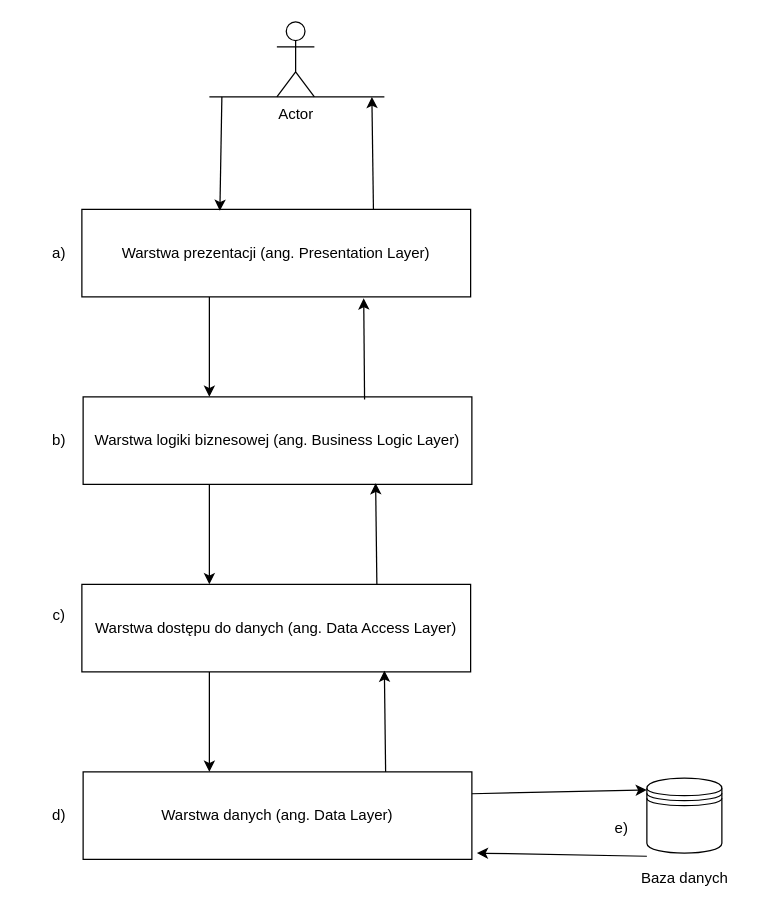
Before: Dyplom/rys03/diagram_architektury_warstwowej.drawio in Golec5000/HarmonyHomeNet, a draw.io diagram. Source tidied: cells renumbered, new cells numbered last; positions are measured from the earlier drawing's top-left corner, leaving out a move shared by most shapes. Both pictures are drawn from the tidied source at 125%, with x=0, y=0 at pixel (21, 21).
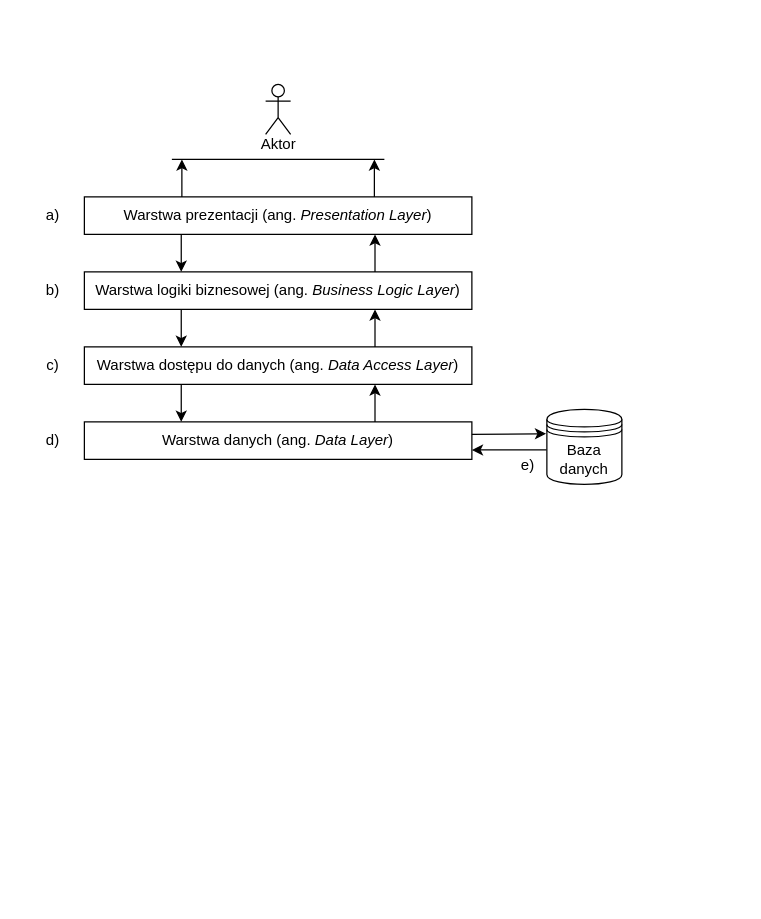
After the change.

The edit, as a diff of the source:
```diff
@@
-    <mxCell id="2" value="Warstwa prezentacji (ang. Presentation Layer)" style="rounded=0;whiteSpace=wrap;html=1;" parent="1" vertex="1">
-      <mxGeometry x="48" y="150" width="311" height="70" as="geometry" />
+    <mxCell id="2" value="Warstwa prezentacji (ang. &lt;i&gt;Presentation Layer&lt;/i&gt;)" style="rounded=0;whiteSpace=wrap;html=1;" parent="1" vertex="1">
+      <mxGeometry x="50" y="140" width="310" height="30" as="geometry" />
     </mxCell>
-    <mxCell id="3" value="Warstwa logiki biznesowej (ang. Business Logic Layer)" style="rounded=0;whiteSpace=wrap;html=1;" parent="1" vertex="1">
-      <mxGeometry x="49" y="300" width="311" height="70" as="geometry" />
+    <mxCell id="3" value="Warstwa logiki biznesowej (ang. &lt;i&gt;Business Logic Layer&lt;/i&gt;)" style="rounded=0;whiteSpace=wrap;html=1;" parent="1" vertex="1">
+      <mxGeometry x="50" y="200" width="310" height="30" as="geometry" />
     </mxCell>
-    <mxCell id="4" value="Warstwa dostępu do danych (ang. Data Access Layer)" style="rounded=0;whiteSpace=wrap;html=1;" parent="1" vertex="1">
-      <mxGeometry x="48" y="450" width="311" height="70" as="geometry" />
+    <mxCell id="4" value="Warstwa dostępu do danych (ang. &lt;i&gt;Data Access Layer&lt;/i&gt;)" style="rounded=0;whiteSpace=wrap;html=1;" parent="1" vertex="1">
+      <mxGeometry x="50" y="260" width="310" height="30" as="geometry" />
     </mxCell>
-    <mxCell id="5" value="Warstwa danych (ang. Data Layer)" style="rounded=0;whiteSpace=wrap;html=1;" parent="1" vertex="1">
-      <mxGeometry x="49" y="600" width="311" height="70" as="geometry" />
+    <mxCell id="5" value="Warstwa danych (ang. &lt;i&gt;Data Layer&lt;/i&gt;)" style="rounded=0;whiteSpace=wrap;html=1;" parent="1" vertex="1">
+      <mxGeometry x="50" y="320" width="310" height="30" as="geometry" />
     </mxCell>
-    <mxCell id="6" value="Actor" style="shape=umlActor;verticalLabelPosition=bottom;verticalAlign=top;html=1;" parent="1" vertex="1">
-      <mxGeometry x="204" width="30" height="60" as="geometry" />
+    <mxCell id="6" value="Aktor" style="shape=umlActor;verticalLabelPosition=bottom;verticalAlign=top;html=1;movableLabel=1;" parent="1" vertex="1">
+      <mxGeometry x="195" y="50" width="20" height="40" as="geometry">
+        <mxPoint y="-6" as="offset" />
+      </mxGeometry>
     </mxCell>
-    <mxCell id="7" style="shape=datastore;whiteSpace=wrap;html=1;" parent="1" vertex="1">
-      <mxGeometry x="500" y="605" width="60" height="60" as="geometry" />
-    </mxCell>
-    <mxCell id="8" style="endArrow=classic;html=1;rounded=0;entryX=0.355;entryY=0.017;entryDx=0;entryDy=0;entryPerimeter=0;" parent="1" edge="1" target="2">
-      <mxGeometry relative="1" as="geometry">
-        <mxPoint x="160" y="60" as="sourcePoint" />
-      </mxGeometry>
-    </mxCell>
-    <mxCell id="9" style="endArrow=classic;html=1;rounded=0;exitX=0.75;exitY=0;exitDx=0;exitDy=0;" parent="1" edge="1" source="2">
-      <mxGeometry relative="1" as="geometry">
-        <mxPoint x="280" y="60" as="targetPoint" />
-      </mxGeometry>
-    </mxCell>
     <mxCell id="10" style="endArrow=none;html=1;rounded=0;" parent="1" edge="1">
       <mxGeometry relative="1" as="geometry">
-        <mxPoint x="150" y="60" as="sourcePoint" />
-        <mxPoint x="290" y="60" as="targetPoint" />
+        <mxPoint x="120" y="110" as="sourcePoint" />
+        <mxPoint x="290" y="110" as="targetPoint" />
       </mxGeometry>
     </mxCell>
-    <mxCell id="11" style="endArrow=classic;html=1;rounded=0;entryX=0.355;entryY=0.017;entryDx=0;entryDy=0;entryPerimeter=0;" parent="1" edge="1">
-      <mxGeometry relative="1" as="geometry">
-        <mxPoint x="150" y="220" as="sourcePoint" />
-        <mxPoint x="150" y="300" as="targetPoint" />
-      </mxGeometry>
+    <mxCell id="11" style="endArrow=classic;html=1;rounded=0;entryX=0.25;entryY=0;entryDx=0;entryDy=0;exitX=0.25;exitY=1;exitDx=0;exitDy=0;" parent="1" edge="1" source="2" target="3">
+      <mxGeometry relative="1" as="geometry" />
     </mxCell>
-    <mxCell id="12" style="endArrow=classic;html=1;rounded=0;entryX=0.355;entryY=0.017;entryDx=0;entryDy=0;entryPerimeter=0;" parent="1" edge="1">
-      <mxGeometry relative="1" as="geometry">
-        <mxPoint x="150" y="370" as="sourcePoint" />
-        <mxPoint x="150" y="450" as="targetPoint" />
-      </mxGeometry>
+    <mxCell id="12" style="endArrow=classic;html=1;rounded=0;entryX=0.25;entryY=0;entryDx=0;entryDy=0;exitX=0.25;exitY=1;exitDx=0;exitDy=0;" parent="1" edge="1" source="3" target="4">
+      <mxGeometry relative="1" as="geometry" />
     </mxCell>
-    <mxCell id="13" style="endArrow=classic;html=1;rounded=0;entryX=0.355;entryY=0.017;entryDx=0;entryDy=0;entryPerimeter=0;" parent="1" edge="1">
-      <mxGeometry relative="1" as="geometry">
-        <mxPoint x="150" y="520" as="sourcePoint" />
-        <mxPoint x="150" y="600" as="targetPoint" />
-      </mxGeometry>
+    <mxCell id="13" style="endArrow=classic;html=1;rounded=0;exitX=0.25;exitY=1;exitDx=0;exitDy=0;entryX=0.25;entryY=0;entryDx=0;entryDy=0;" parent="1" edge="1" source="4" target="5">
+      <mxGeometry relative="1" as="geometry" />
     </mxCell>
-    <mxCell id="14" style="endArrow=classic;html=1;rounded=0;entryX=0.725;entryY=1.017;entryDx=0;entryDy=0;exitX=0.724;exitY=0.029;exitDx=0;exitDy=0;exitPerimeter=0;entryPerimeter=0;" parent="1" edge="1" source="3" target="2">
+    <mxCell id="14" style="endArrow=classic;html=1;rounded=0;entryX=0.75;entryY=1;entryDx=0;entryDy=0;exitX=0.75;exitY=0;exitDx=0;exitDy=0;" parent="1" edge="1" source="3" target="2">
       <mxGeometry relative="1" as="geometry" />
     </mxCell>
-    <mxCell id="15" style="endArrow=classic;html=1;rounded=0;entryX=0.725;entryY=1.017;entryDx=0;entryDy=0;exitX=0.724;exitY=0.029;exitDx=0;exitDy=0;exitPerimeter=0;entryPerimeter=0;" parent="1" edge="1">
-      <mxGeometry relative="1" as="geometry">
-        <mxPoint x="284" y="450" as="sourcePoint" />
-        <mxPoint x="283" y="369" as="targetPoint" />
-      </mxGeometry>
+    <mxCell id="15" style="endArrow=classic;html=1;rounded=0;entryX=0.75;entryY=1;entryDx=0;entryDy=0;exitX=0.75;exitY=0;exitDx=0;exitDy=0;" parent="1" edge="1" source="4" target="3">
+      <mxGeometry relative="1" as="geometry" />
     </mxCell>
-    <mxCell id="16" style="endArrow=classic;html=1;rounded=0;entryX=0.725;entryY=1.017;entryDx=0;entryDy=0;exitX=0.724;exitY=0.029;exitDx=0;exitDy=0;exitPerimeter=0;entryPerimeter=0;" parent="1" edge="1">
-      <mxGeometry relative="1" as="geometry">
-        <mxPoint x="291" y="600" as="sourcePoint" />
-        <mxPoint x="290" y="519" as="targetPoint" />
-      </mxGeometry>
+    <mxCell id="16" style="endArrow=classic;html=1;rounded=0;entryX=0.75;entryY=1;entryDx=0;entryDy=0;exitX=0.75;exitY=0;exitDx=0;exitDy=0;" parent="1" edge="1" source="5" target="4">
+      <mxGeometry relative="1" as="geometry" />
     </mxCell>
-    <mxCell id="17" style="endArrow=classic;html=1;rounded=0;exitX=1;exitY=0.25;exitDx=0;exitDy=0;entryX=0;entryY=0.158;entryDx=0;entryDy=0;entryPerimeter=0;" parent="1" edge="1" source="5" target="7">
-      <mxGeometry relative="1" as="geometry" />
+    <mxCell id="17" style="endArrow=classic;html=1;rounded=0;entryX=-0.01;entryY=0.325;entryDx=0;entryDy=0;entryPerimeter=0;" parent="1" edge="1" target="19">
+      <mxGeometry relative="1" as="geometry">
+        <mxPoint x="360" y="330" as="sourcePoint" />
+      </mxGeometry>
     </mxCell>
-    <mxCell id="18" style="endArrow=classic;html=1;rounded=0;exitX=0;exitY=0.7;exitDx=0;exitDy=0;entryX=1.013;entryY=0.636;entryDx=0;entryDy=0;entryPerimeter=0;" parent="1" edge="1">
-      <mxGeometry relative="1" as="geometry">
-        <mxPoint x="500" y="667.5" as="sourcePoint" />
-        <mxPoint x="364" y="665" as="targetPoint" />
-      </mxGeometry>
+    <mxCell id="18" style="endArrow=classic;html=1;rounded=0;entryX=1;entryY=0.75;entryDx=0;entryDy=0;exitX=-0.003;exitY=0.54;exitDx=0;exitDy=0;exitPerimeter=0;" parent="1" edge="1" source="19" target="5">
+      <mxGeometry relative="1" as="geometry" />
     </mxCell>
-    <mxCell id="19" value="Baza danych" style="text;html=1;align=center;verticalAlign=middle;points=[];strokeColor=none;fillColor=none;" parent="1" vertex="1">
-      <mxGeometry x="485" y="670" width="90" height="30" as="geometry" />
-    </mxCell>
     <mxCell id="20" value="a)" style="text;html=1;align=center;verticalAlign=middle;whiteSpace=wrap;rounded=0;" parent="1" vertex="1">
-      <mxGeometry y="170" width="60" height="30" as="geometry" />
+      <mxGeometry x="10" y="140" width="30" height="30" as="geometry" />
     </mxCell>
     <mxCell id="21" value="b)" style="text;html=1;align=center;verticalAlign=middle;whiteSpace=wrap;rounded=0;" parent="1" vertex="1">
-      <mxGeometry y="320" width="60" height="30" as="geometry" />
+      <mxGeometry x="10" y="200" width="30" height="30" as="geometry" />
     </mxCell>
     <mxCell id="22" value="c)" style="text;html=1;align=center;verticalAlign=middle;whiteSpace=wrap;rounded=0;" parent="1" vertex="1">
-      <mxGeometry y="460" width="60" height="30" as="geometry" />
+      <mxGeometry x="10" y="260" width="30" height="30" as="geometry" />
     </mxCell>
     <mxCell id="23" value="d)" style="text;html=1;align=center;verticalAlign=middle;whiteSpace=wrap;rounded=0;" parent="1" vertex="1">
-      <mxGeometry y="620" width="60" height="30" as="geometry" />
+      <mxGeometry x="10" y="320" width="30" height="30" as="geometry" />
     </mxCell>
     <mxCell id="24" value="e)" style="text;html=1;align=center;verticalAlign=middle;whiteSpace=wrap;rounded=0;" parent="1" vertex="1">
-      <mxGeometry x="450" y="630" width="60" height="30" as="geometry" />
+      <mxGeometry x="390" y="340" width="30" height="30" as="geometry" />
     </mxCell>
+    <mxCell id="25" style="endArrow=classic;html=1;rounded=0;" parent="1" edge="1">
+      <mxGeometry relative="1" as="geometry">
+        <mxPoint x="128" y="140" as="sourcePoint" />
+        <mxPoint x="128" y="110" as="targetPoint" />
+      </mxGeometry>
+    </mxCell>
+    <mxCell id="26" style="endArrow=classic;html=1;rounded=0;" parent="1" edge="1">
+      <mxGeometry relative="1" as="geometry">
+        <mxPoint x="282" y="140" as="sourcePoint" />
+        <mxPoint x="282" y="110" as="targetPoint" />
+      </mxGeometry>
+    </mxCell>
+    <mxCell id="19" value="Baza&lt;br&gt;danych" style="shape=datastore;whiteSpace=wrap;html=1;" parent="1" vertex="1">
+      <mxGeometry x="420" y="310" width="60" height="60" as="geometry" />
+    </mxCell>
```
